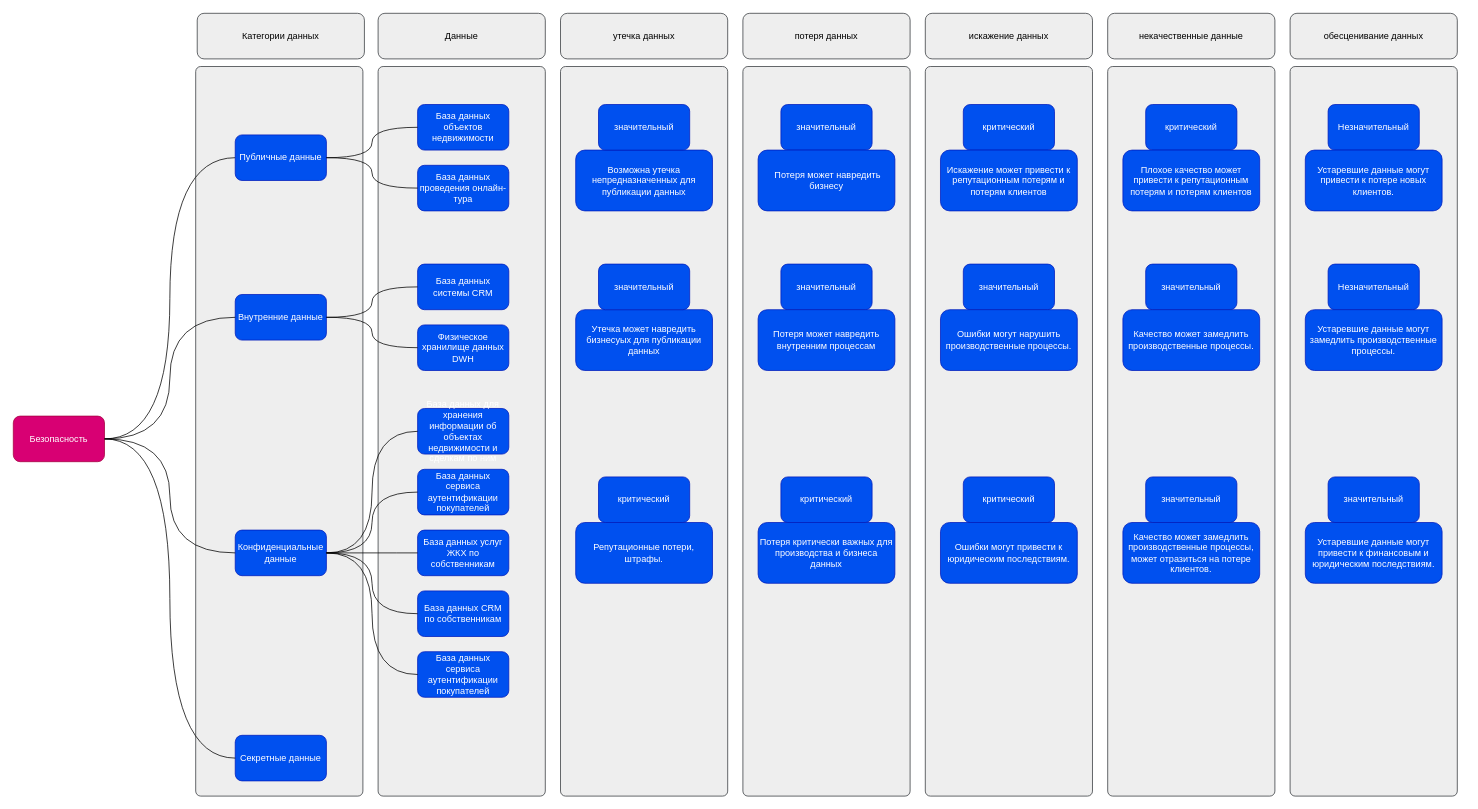
The draw.io diagram images/Mindmap.drawio in n1654/architecture-propdevelopment, before the edit. Source tidied: cells renumbered, new cells numbered last; positions are measured from the earlier drawing's top-left corner, leaving out a move shared by most shapes. Both pictures are drawn from the tidied source at 76%, with x=0, y=0 at pixel (13, 13).
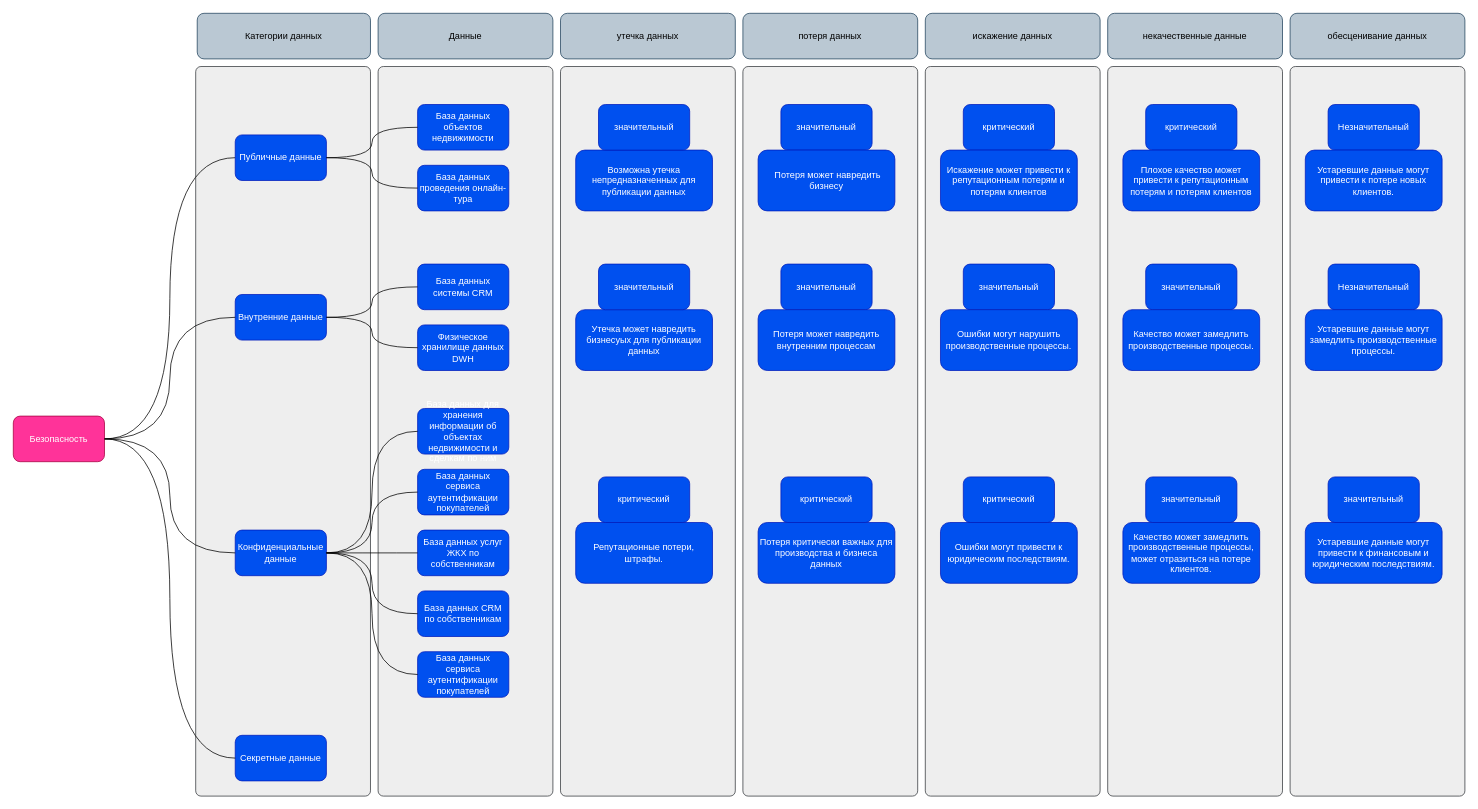
After the change.

What changed in the source:
```diff
@@
     <mxCell id="2" style="rounded=1;whiteSpace=wrap;html=1;fillColor=#eeeeee;strokeColor=#36393d;arcSize=3;" parent="1" vertex="1">
-      <mxGeometry x="480" y="70" width="220" height="960" as="geometry" />
+      <mxGeometry x="480" y="70" width="230" height="960" as="geometry" />
     </mxCell>
     <mxCell id="3" style="rounded=1;whiteSpace=wrap;html=1;fillColor=#eeeeee;strokeColor=#36393d;arcSize=3;" parent="1" vertex="1">
-      <mxGeometry x="240" y="70" width="220" height="960" as="geometry" />
+      <mxGeometry x="240" y="70" width="230" height="960" as="geometry" />
     </mxCell>
     <mxCell id="4" style="rounded=1;whiteSpace=wrap;html=1;fillColor=#eeeeee;strokeColor=#36393d;arcSize=3;" parent="1" vertex="1">
-      <mxGeometry x="1200" y="70" width="220" height="960" as="geometry" />
+      <mxGeometry x="1200" y="70" width="230" height="960" as="geometry" />
     </mxCell>
     <mxCell id="5" style="rounded=1;whiteSpace=wrap;html=1;fillColor=#eeeeee;strokeColor=#36393d;arcSize=3;" parent="1" vertex="1">
-      <mxGeometry x="1440" y="70" width="220" height="960" as="geometry" />
+      <mxGeometry x="1440" y="70" width="230" height="960" as="geometry" />
     </mxCell>
     <mxCell id="6" style="rounded=1;whiteSpace=wrap;html=1;fillColor=#eeeeee;strokeColor=#36393d;arcSize=3;" parent="1" vertex="1">
-      <mxGeometry x="1680" y="70" width="220" height="960" as="geometry" />
+      <mxGeometry x="1680" y="70" width="230" height="960" as="geometry" />
     </mxCell>
     <mxCell id="7" style="rounded=1;whiteSpace=wrap;html=1;fillColor=#eeeeee;strokeColor=#36393d;arcSize=3;" parent="1" vertex="1">
-      <mxGeometry x="960" y="70" width="220" height="960" as="geometry" />
+      <mxGeometry x="960" y="70" width="230" height="960" as="geometry" />
     </mxCell>
     <mxCell id="8" style="rounded=1;whiteSpace=wrap;html=1;fillColor=#eeeeee;strokeColor=#36393d;arcSize=3;" parent="1" vertex="1">
-      <mxGeometry x="720" y="70" width="220" height="960" as="geometry" />
+      <mxGeometry x="720" y="70" width="230" height="960" as="geometry" />
     </mxCell>
@@
-    <mxCell id="10" value="Безопасность" style="rounded=1;whiteSpace=wrap;html=1;fillColor=#d80073;strokeColor=#A50040;fontColor=#ffffff;" parent="1" vertex="1">
+    <mxCell id="10" value="Безопасность" style="rounded=1;whiteSpace=wrap;html=1;fillColor=#FF3399;strokeColor=#A50040;fontColor=#ffffff;" parent="1" vertex="1">
       <mxGeometry y="530" width="120" height="60" as="geometry" />
     </mxCell>
-    <mxCell id="11" value="Категории данных" style="rounded=1;whiteSpace=wrap;html=1;fillColor=#eeeeee;strokeColor=#36393d;" parent="1" vertex="1">
-      <mxGeometry x="242" width="220" height="60" as="geometry" />
+    <mxCell id="11" value="Категории данных" style="rounded=1;whiteSpace=wrap;html=1;fillColor=#bac8d3;strokeColor=#23445d;" parent="1" vertex="1">
+      <mxGeometry x="242" width="228" height="60" as="geometry" />
     </mxCell>
@@
-    <mxCell id="37" value="утечка данных" style="rounded=1;whiteSpace=wrap;html=1;fillColor=#eeeeee;strokeColor=#36393d;" parent="1" vertex="1">
-      <mxGeometry x="720" width="220" height="60" as="geometry" />
+    <mxCell id="37" value="утечка данных" style="rounded=1;whiteSpace=wrap;html=1;fillColor=#bac8d3;strokeColor=#23445d;" parent="1" vertex="1">
+      <mxGeometry x="720" width="230" height="60" as="geometry" />
     </mxCell>
@@
-    <mxCell id="39" value="потеря данных" style="rounded=1;whiteSpace=wrap;html=1;fillColor=#eeeeee;strokeColor=#36393d;" parent="1" vertex="1">
-      <mxGeometry x="960" width="220" height="60" as="geometry" />
+    <mxCell id="39" value="потеря данных" style="rounded=1;whiteSpace=wrap;html=1;fillColor=#bac8d3;strokeColor=#23445d;" parent="1" vertex="1">
+      <mxGeometry x="960" width="230" height="60" as="geometry" />
     </mxCell>
-    <mxCell id="40" value="искажение данных" style="rounded=1;whiteSpace=wrap;html=1;fillColor=#eeeeee;strokeColor=#36393d;" parent="1" vertex="1">
-      <mxGeometry x="1200" width="220" height="60" as="geometry" />
+    <mxCell id="40" value="искажение данных" style="rounded=1;whiteSpace=wrap;html=1;fillColor=#bac8d3;strokeColor=#23445d;" parent="1" vertex="1">
+      <mxGeometry x="1200" width="230" height="60" as="geometry" />
     </mxCell>
-    <mxCell id="41" value="некачественные данные" style="rounded=1;whiteSpace=wrap;html=1;fillColor=#eeeeee;strokeColor=#36393d;" parent="1" vertex="1">
-      <mxGeometry x="1440" width="220" height="60" as="geometry" />
+    <mxCell id="41" value="некачественные данные" style="rounded=1;whiteSpace=wrap;html=1;fillColor=#bac8d3;strokeColor=#23445d;" parent="1" vertex="1">
+      <mxGeometry x="1440" width="230" height="60" as="geometry" />
     </mxCell>
-    <mxCell id="42" value="обесценивание данных" style="rounded=1;whiteSpace=wrap;html=1;fillColor=#eeeeee;strokeColor=#36393d;" parent="1" vertex="1">
-      <mxGeometry x="1680" width="220" height="60" as="geometry" />
+    <mxCell id="42" value="обесценивание данных" style="rounded=1;whiteSpace=wrap;html=1;fillColor=#bac8d3;strokeColor=#23445d;" parent="1" vertex="1">
+      <mxGeometry x="1680" width="230" height="60" as="geometry" />
     </mxCell>
@@
-    <mxCell id="72" value="Данные" style="rounded=1;whiteSpace=wrap;html=1;fillColor=#eeeeee;strokeColor=#36393d;" parent="1" vertex="1">
-      <mxGeometry x="480" width="220" height="60" as="geometry" />
+    <mxCell id="72" value="Данные" style="rounded=1;whiteSpace=wrap;html=1;fillColor=#bac8d3;strokeColor=#23445d;" parent="1" vertex="1">
+      <mxGeometry x="480" width="230" height="60" as="geometry" />
     </mxCell>
```
